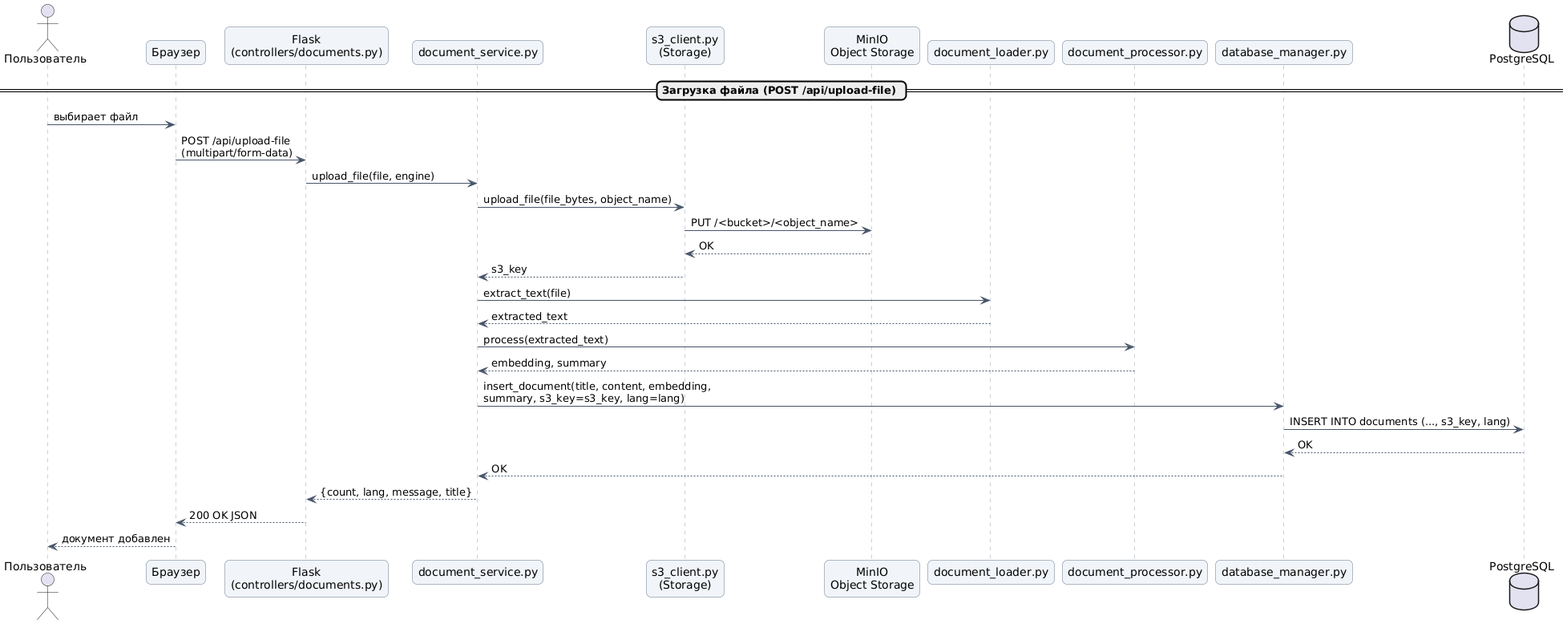
Before: EYAZIS/2_2/EYAZIS_report/png/sequence_upload_file.png, a diagram exported from PlantUML (KillRmnv/BSUIR).
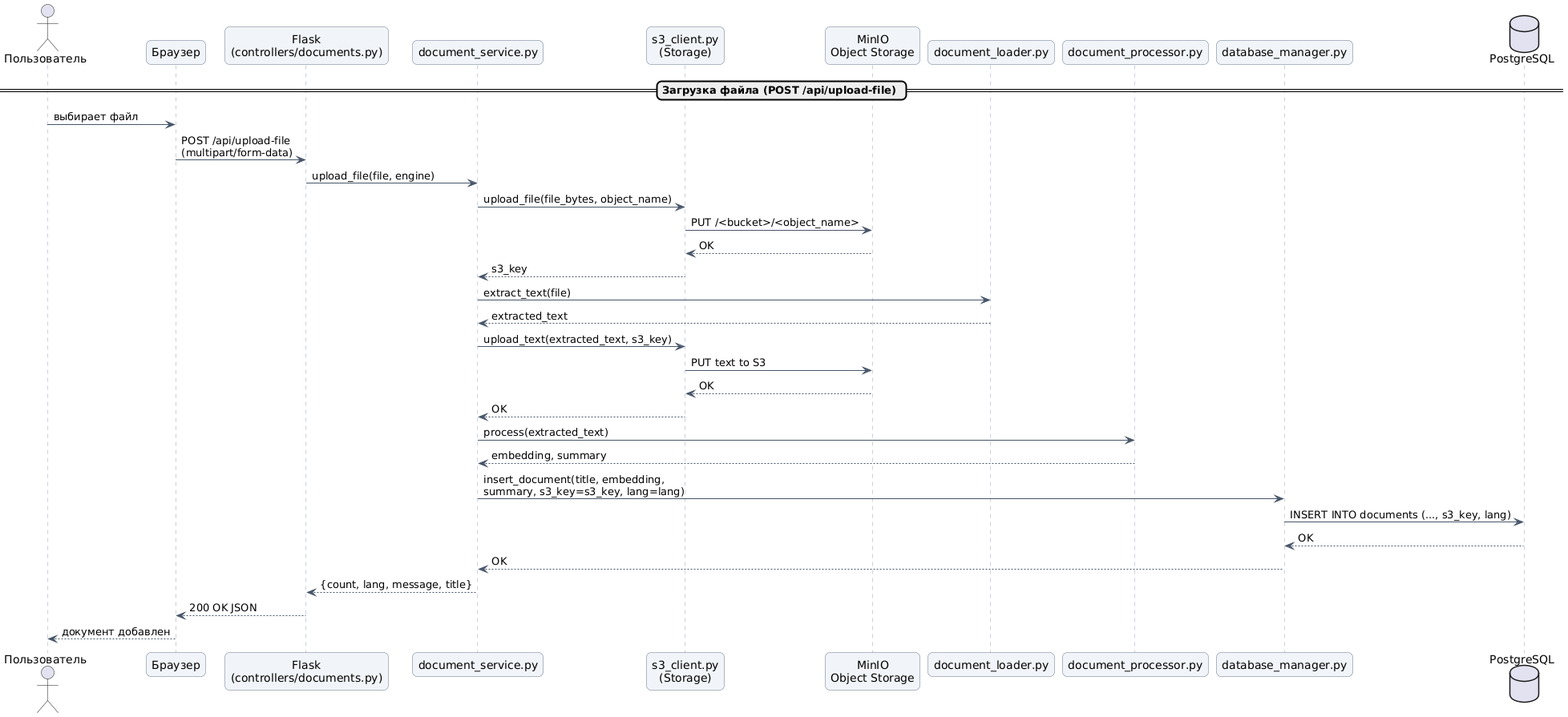
After the change.

Diff of the diagram source:
```diff
@@ -30,9 +30,13 @@
 S3 --> DS : s3_key
 DS -> Loader : extract_text(file)
 Loader --> DS : extracted_text
+DS -> S3 : upload_text(extracted_text, s3_key)
+S3 -> MinIO : PUT text to S3
+MinIO --> S3 : OK
+S3 --> DS : OK
 DS -> DP : process(extracted_text)
 DP --> DS : embedding, summary
-DS -> DB : insert_document(title, content, embedding,\nsummary, s3_key=s3_key, lang=lang)
+DS -> DB : insert_document(title, embedding,\nsummary, s3_key=s3_key, lang=lang)
 DB -> PG : INSERT INTO documents (..., s3_key, lang)
 PG --> DB : OK
 DB --> DS : OK
```
